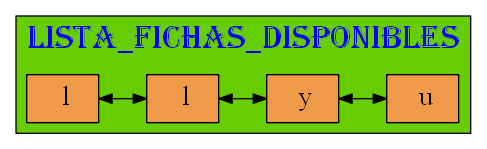
Above: Graficas/LD_Fichas_Jugador.dot.png in mariotun/EDD_1S2020_PY1_201602942 (Graphviz), before the change. Its source is kept beside it as Graficas/LD_Fichas_Jugador.dot.
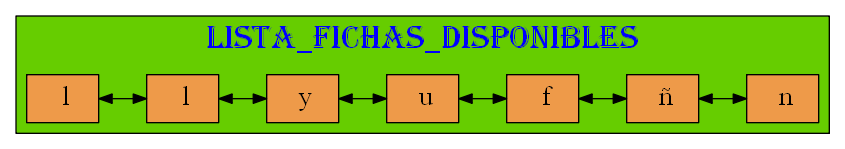
The same file after the commit.

What changed in the source:
```diff
@@ -12,16 +12,22 @@
 style=filled
 fillcolor=chartreuse3
 labelloc=t;{rank=same;
-25770478784[label=" l"];
-25770478832[label=" l"];
-25770478880[label=" y"];
-25770479072[label=" u"];
+25770488768[label=" l"];
+25770488816[label=" l"];
+25770488864[label=" y"];
+25770489056[label=" u"];
+25770481328[label=" f"];
+25770481376[label=" ñ"];
+25770481424[label=" n"];
 };
 
-25770478784->
-25770478832->
-25770478880->
-25770479072
+25770488768->
+25770488816->
+25770488864->
+25770489056->
+25770481328->
+25770481376->
+25770481424
 [dir=both  color=black];
 
  }
```
